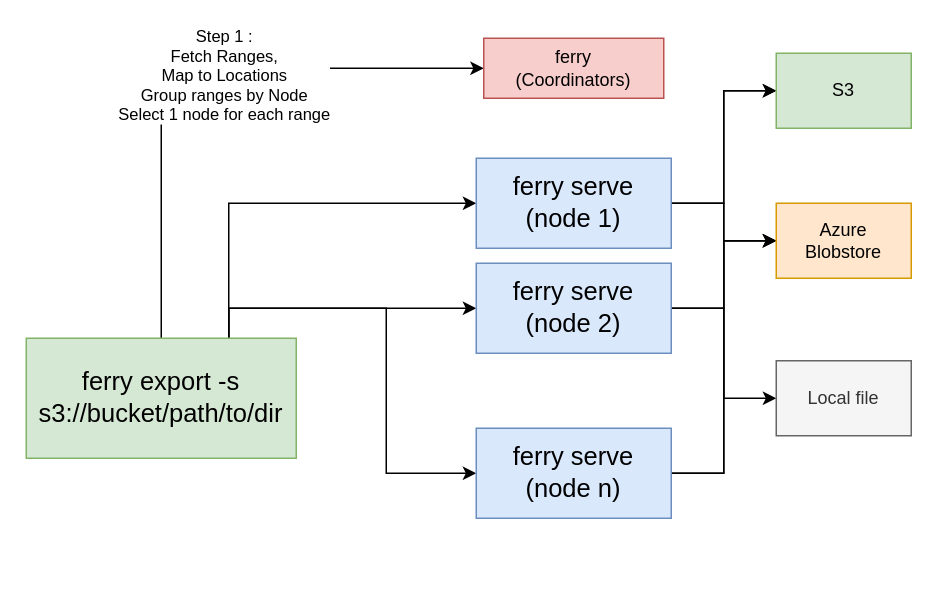
The draw.io diagram docs/ferry_arch.drawio in adobe/ferry, before the edit. Source tidied: cells renumbered, new cells numbered last; positions are measured from the earlier drawing's top-left corner, leaving out a move shared by most shapes. Both pictures are drawn from the tidied source at 150%, with x=0, y=0 at pixel (26, 38).
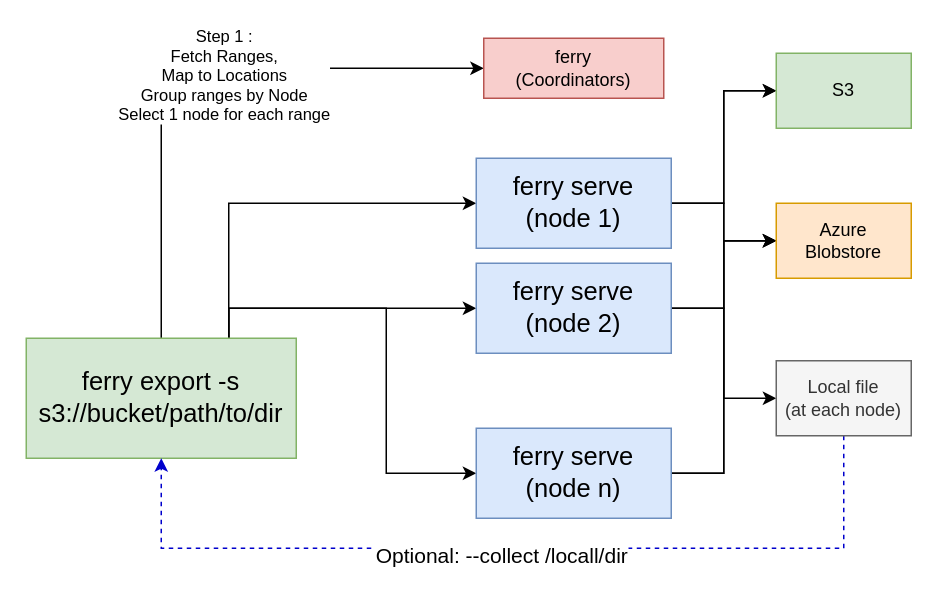
The same page after the edit.

Commit message (it also covers changes not shown here):
add arch diagram

The change refers to these unchanged cells:
```xml
<mxCell id="7" value="&lt;font style=&quot;font-size: 17px&quot;&gt;ferry export -s s3://bucket/path/to/dir&lt;/font&gt;" style="rounded=0;whiteSpace=wrap;html=1;fillColor=#d5e8d4;strokeColor=#82b366;" parent="1" vertex="1">
  <mxGeometry y="200" width="180" height="80" as="geometry" />
</mxCell>
```

Change to the diagram source:
```diff
@@
+    <mxCell id="21" style="edgeStyle=orthogonalEdgeStyle;rounded=0;jettySize=auto;html=1;exitX=0.5;exitY=1;exitDx=0;exitDy=0;entryX=0.5;entryY=1;entryDx=0;entryDy=0;strokeWidth=1;strokeColor=#0000CC;dashed=1;" parent="1" edge="1" source="20" target="7">
+      <mxGeometry relative="1" as="geometry">
+        <Array as="points">
+          <mxPoint x="545" y="340" />
+          <mxPoint x="90" y="340" />
+        </Array>
+      </mxGeometry>
+    </mxCell>
+    <mxCell id="22" value="&lt;font style=&quot;font-size: 14px&quot;&gt;Optional: --collect /locall/dir&lt;/font&gt;" style="edgeLabel;html=1;align=center;verticalAlign=middle;" parent="21" vertex="1">
+      <mxGeometry x="0.03" y="4" relative="1" as="geometry" />
+    </mxCell>
-    <mxCell id="20" value="Local file" style="rounded=0;whiteSpace=wrap;html=1;fillColor=#f5f5f5;strokeColor=#666666;fontColor=#333333;" parent="1" vertex="1">
+    <mxCell id="20" value="Local file&lt;br&gt;(at each node)" style="rounded=0;whiteSpace=wrap;html=1;fillColor=#f5f5f5;strokeColor=#666666;fontColor=#333333;" parent="1" vertex="1">
       <mxGeometry x="500" y="215" width="90" height="50" as="geometry" />
     </mxCell>
```
